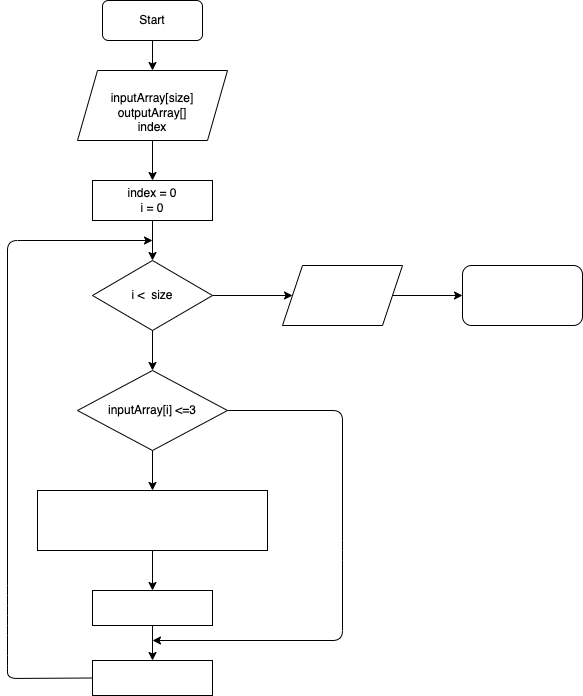
Above: diagram.drawio.png in ProYulia/FinalTestCSharp (draw.io), before the change. Source tidied: cells renumbered, new cells last; positions are measured from the earlier drawing's top-left corner, leaving out a move shared by most shapes.
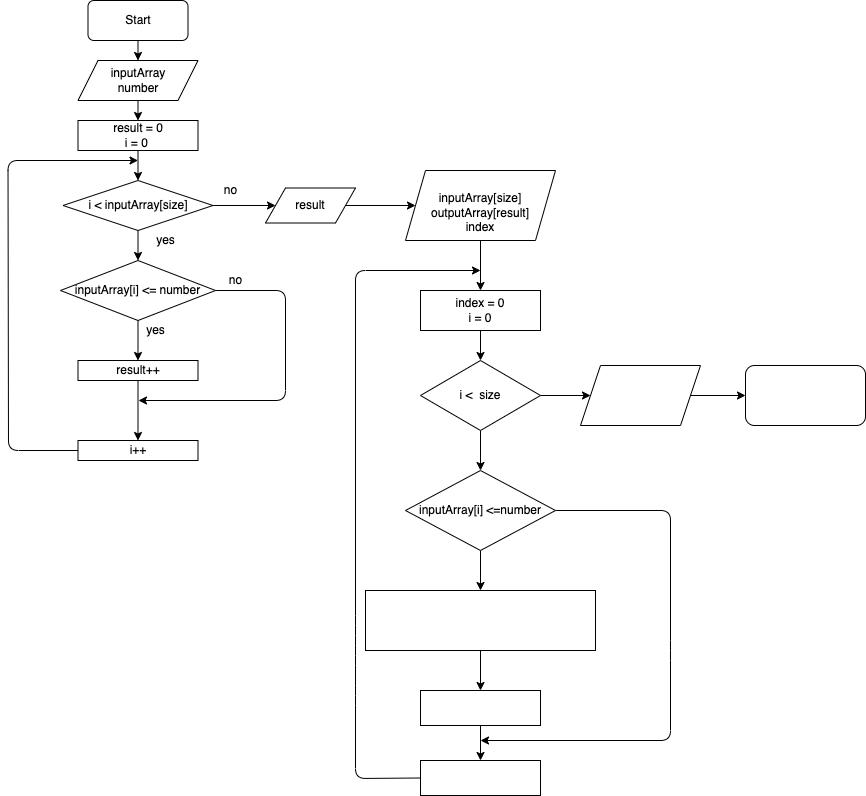
The same diagram one commit later.

Commit message:
diagram modifyed

The edit, as a diff of the source:
```diff
@@ -2,23 +2,25 @@
   <root>
     <mxCell id="0" />
     <mxCell id="1" parent="0" />
-    <mxCell id="2" style="edgeStyle=none;html=1;fontColor=#FFFFFF;" parent="1" edge="1" source="3" target="5">
-      <mxGeometry relative="1" as="geometry" />
-    </mxCell>
+    <mxCell id="27" style="edgeStyle=none;html=1;entryX=0.5;entryY=0;entryDx=0;entryDy=0;" parent="1" edge="1" source="3" target="37">
+      <mxGeometry relative="1" as="geometry" />
+    </mxCell>
     <mxCell id="3" value="Start" style="rounded=1;whiteSpace=wrap;html=1;" parent="1" vertex="1">
-      <mxGeometry x="95" width="100" height="40" as="geometry" />
+      <mxGeometry x="-247.5" y="-100" width="100" height="40" as="geometry" />
     </mxCell>
-    <mxCell id="4" style="edgeStyle=none;html=1;" parent="1" edge="1" source="5" target="7">
-      <mxGeometry relative="1" as="geometry" />
+    <mxCell id="4" style="edgeStyle=none;html=1;" parent="1" edge="1" target="7">
+      <mxGeometry relative="1" as="geometry">
+        <mxPoint x="145" y="140" as="sourcePoint" />
+      </mxGeometry>
     </mxCell>
-    <mxCell id="5" value="&lt;br&gt;inputArray[size]&lt;br&gt;outputArray[]&lt;br&gt;index" style="shape=parallelogram;perimeter=parallelogramPerimeter;whiteSpace=wrap;html=1;fixedSize=1;" parent="1" vertex="1">
+    <mxCell id="5" value="&lt;br&gt;inputArray[size]&lt;br&gt;outputArray[result]&lt;br&gt;index" style="shape=parallelogram;perimeter=parallelogramPerimeter;whiteSpace=wrap;html=1;fixedSize=1;" parent="1" vertex="1">
       <mxGeometry x="70" y="70" width="150" height="70" as="geometry" />
     </mxCell>
     <mxCell id="6" style="edgeStyle=none;html=1;" parent="1" edge="1" source="7" target="10">
       <mxGeometry relative="1" as="geometry" />
     </mxCell>
     <mxCell id="7" value="index = 0&lt;br&gt;i = 0" style="rounded=0;whiteSpace=wrap;html=1;" parent="1" vertex="1">
-      <mxGeometry x="85" y="180" width="120" height="40" as="geometry" />
+      <mxGeometry x="85" y="190" width="120" height="40" as="geometry" />
     </mxCell>
     <mxCell id="8" style="edgeStyle=none;html=1;fontColor=#FFFFFF;" parent="1" edge="1" source="10" target="13">
       <mxGeometry relative="1" as="geometry" />
@@ -42,7 +44,7 @@
         </Array>
       </mxGeometry>
     </mxCell>
-    <mxCell id="13" value="inputArray[i] &amp;lt;=3" style="rhombus;whiteSpace=wrap;html=1;" parent="1" vertex="1">
+    <mxCell id="13" value="inputArray[i] &amp;lt;=number" style="rhombus;whiteSpace=wrap;html=1;" parent="1" vertex="1">
       <mxGeometry x="70" y="370" width="150" height="80" as="geometry" />
     </mxCell>
     <mxCell id="14" style="edgeStyle=none;html=1;fontColor=#FFFFFF;" parent="1" edge="1" source="15" target="18">
@@ -53,13 +55,13 @@
     </mxCell>
     <mxCell id="16" style="edgeStyle=none;html=1;fontColor=#FFFFFF;exitX=0;exitY=0.5;exitDx=0;exitDy=0;" parent="1" edge="1" source="21">
       <mxGeometry relative="1" as="geometry">
-        <mxPoint x="145" y="240" as="targetPoint" />
+        <mxPoint x="145" y="170" as="targetPoint" />
         <Array as="points">
-          <mxPoint y="678" />
-          <mxPoint y="665" />
-          <mxPoint y="625" />
-          <mxPoint y="595" />
-          <mxPoint y="240" />
+          <mxPoint x="20" y="678" />
+          <mxPoint x="20" y="595" />
+          <mxPoint x="20" y="555" />
+          <mxPoint x="20" y="525" />
+          <mxPoint x="20" y="170" />
         </Array>
       </mxGeometry>
     </mxCell>
@@ -83,17 +85,91 @@
     <mxCell id="22" value="yes" style="text;html=1;align=center;verticalAlign=middle;strokeColor=none;fillColor=none;fontColor=#FFFFFF;" parent="1" vertex="1">
       <mxGeometry x="150" y="340" width="30" height="20" as="geometry" />
     </mxCell>
-    <mxCell id="23" style="edgeStyle=none;html=1;fontColor=#FFFFFF;" parent="1" edge="1" source="24" target="25">
-      <mxGeometry relative="1" as="geometry" />
+    <mxCell id="23" style="edgeStyle=none;html=1;fontColor=#FFFFFF;" parent="1" edge="1" source="24">
+      <mxGeometry relative="1" as="geometry">
+        <mxPoint x="410" y="295" as="targetPoint" />
+      </mxGeometry>
     </mxCell>
     <mxCell id="24" value="outputArray" style="shape=parallelogram;perimeter=parallelogramPerimeter;whiteSpace=wrap;html=1;fixedSize=1;fontColor=#FFFFFF;" parent="1" vertex="1">
-      <mxGeometry x="275" y="265" width="120" height="60" as="geometry" />
+      <mxGeometry x="245" y="265" width="120" height="60" as="geometry" />
     </mxCell>
     <mxCell id="25" value="Finish" style="rounded=1;whiteSpace=wrap;html=1;fontColor=#FFFFFF;" parent="1" vertex="1">
-      <mxGeometry x="455" y="265" width="120" height="60" as="geometry" />
+      <mxGeometry x="410" y="265" width="120" height="60" as="geometry" />
     </mxCell>
     <mxCell id="26" value="no" style="text;html=1;align=center;verticalAlign=middle;strokeColor=none;fillColor=none;fontColor=#FFFFFF;" parent="1" vertex="1">
       <mxGeometry x="220" y="270" width="30" height="20" as="geometry" />
     </mxCell>
+    <mxCell id="28" style="edgeStyle=none;html=1;entryX=0.5;entryY=0;entryDx=0;entryDy=0;" parent="1" edge="1" source="29" target="32">
+      <mxGeometry relative="1" as="geometry" />
+    </mxCell>
+    <mxCell id="29" value="result = 0&lt;br&gt;i = 0&amp;nbsp;" style="rounded=0;whiteSpace=wrap;html=1;" parent="1" vertex="1">
+      <mxGeometry x="-257.5" y="20" width="120" height="30" as="geometry" />
+    </mxCell>
+    <mxCell id="30" style="edgeStyle=none;html=1;entryX=0.5;entryY=0;entryDx=0;entryDy=0;" parent="1" edge="1" source="32" target="35">
+      <mxGeometry relative="1" as="geometry" />
+    </mxCell>
+    <mxCell id="31" style="edgeStyle=none;html=1;" parent="1" edge="1" source="32" target="44">
+      <mxGeometry relative="1" as="geometry" />
+    </mxCell>
+    <mxCell id="32" value="i &amp;lt; inputArray[size]" style="rhombus;whiteSpace=wrap;html=1;" parent="1" vertex="1">
+      <mxGeometry x="-272.5" y="80" width="150" height="50" as="geometry" />
+    </mxCell>
+    <mxCell id="33" style="edgeStyle=none;html=1;entryX=0.5;entryY=0;entryDx=0;entryDy=0;" parent="1" edge="1" source="35" target="39">
+      <mxGeometry relative="1" as="geometry" />
+    </mxCell>
+    <mxCell id="34" style="edgeStyle=none;html=1;exitX=1;exitY=0.5;exitDx=0;exitDy=0;" parent="1" edge="1" source="35">
+      <mxGeometry relative="1" as="geometry">
+        <mxPoint x="-197" y="300" as="targetPoint" />
+        <Array as="points">
+          <mxPoint x="-50" y="190" />
+          <mxPoint x="-50" y="300" />
+        </Array>
+      </mxGeometry>
+    </mxCell>
+    <mxCell id="35" value="inputArray[i] &amp;lt;= number" style="rhombus;whiteSpace=wrap;html=1;" parent="1" vertex="1">
+      <mxGeometry x="-275" y="160" width="155" height="60" as="geometry" />
+    </mxCell>
+    <mxCell id="36" style="edgeStyle=none;html=1;exitX=0.5;exitY=1;exitDx=0;exitDy=0;entryX=0.5;entryY=0;entryDx=0;entryDy=0;" parent="1" edge="1" source="37" target="29">
+      <mxGeometry relative="1" as="geometry" />
+    </mxCell>
+    <mxCell id="37" value="inputArray&lt;br&gt;number" style="shape=parallelogram;perimeter=parallelogramPerimeter;whiteSpace=wrap;html=1;fixedSize=1;" parent="1" vertex="1">
+      <mxGeometry x="-257.5" y="-40" width="120" height="40" as="geometry" />
+    </mxCell>
+    <mxCell id="38" style="edgeStyle=none;html=1;" parent="1" edge="1" source="39" target="41">
+      <mxGeometry relative="1" as="geometry" />
+    </mxCell>
+    <mxCell id="39" value="result++" style="rounded=0;whiteSpace=wrap;html=1;" parent="1" vertex="1">
+      <mxGeometry x="-257.5" y="260" width="120" height="20" as="geometry" />
+    </mxCell>
+    <mxCell id="40" style="edgeStyle=none;html=1;" parent="1" edge="1" source="41">
+      <mxGeometry relative="1" as="geometry">
+        <mxPoint x="-197.5" y="60" as="targetPoint" />
+        <Array as="points">
+          <mxPoint x="-327" y="350" />
+          <mxPoint x="-327.5" y="60" />
+        </Array>
+      </mxGeometry>
+    </mxCell>
+    <mxCell id="41" value="i++" style="rounded=0;whiteSpace=wrap;html=1;" parent="1" vertex="1">
+      <mxGeometry x="-257.5" y="340" width="120" height="20" as="geometry" />
+    </mxCell>
+    <mxCell id="42" value="no" style="text;html=1;align=center;verticalAlign=middle;strokeColor=none;fillColor=none;" parent="1" vertex="1">
+      <mxGeometry x="-120" y="80" width="30" height="20" as="geometry" />
+    </mxCell>
+    <mxCell id="43" style="edgeStyle=none;html=1;" parent="1" edge="1" source="44" target="5">
+      <mxGeometry relative="1" as="geometry" />
+    </mxCell>
+    <mxCell id="44" value="result" style="shape=parallelogram;perimeter=parallelogramPerimeter;whiteSpace=wrap;html=1;fixedSize=1;" parent="1" vertex="1">
+      <mxGeometry x="-70" y="87.5" width="90" height="35" as="geometry" />
+    </mxCell>
+    <mxCell id="45" value="yes" style="text;html=1;align=center;verticalAlign=middle;strokeColor=none;fillColor=none;" parent="1" vertex="1">
+      <mxGeometry x="-185" y="130" width="30" height="20" as="geometry" />
+    </mxCell>
+    <mxCell id="46" value="yes" style="text;html=1;align=center;verticalAlign=middle;strokeColor=none;fillColor=none;" parent="1" vertex="1">
+      <mxGeometry x="-195" y="220" width="30" height="20" as="geometry" />
+    </mxCell>
+    <mxCell id="47" value="no" style="text;html=1;align=center;verticalAlign=middle;strokeColor=none;fillColor=none;" parent="1" vertex="1">
+      <mxGeometry x="-115" y="170" width="30" height="20" as="geometry" />
+    </mxCell>
   </root>
 </mxGraphModel>
```
